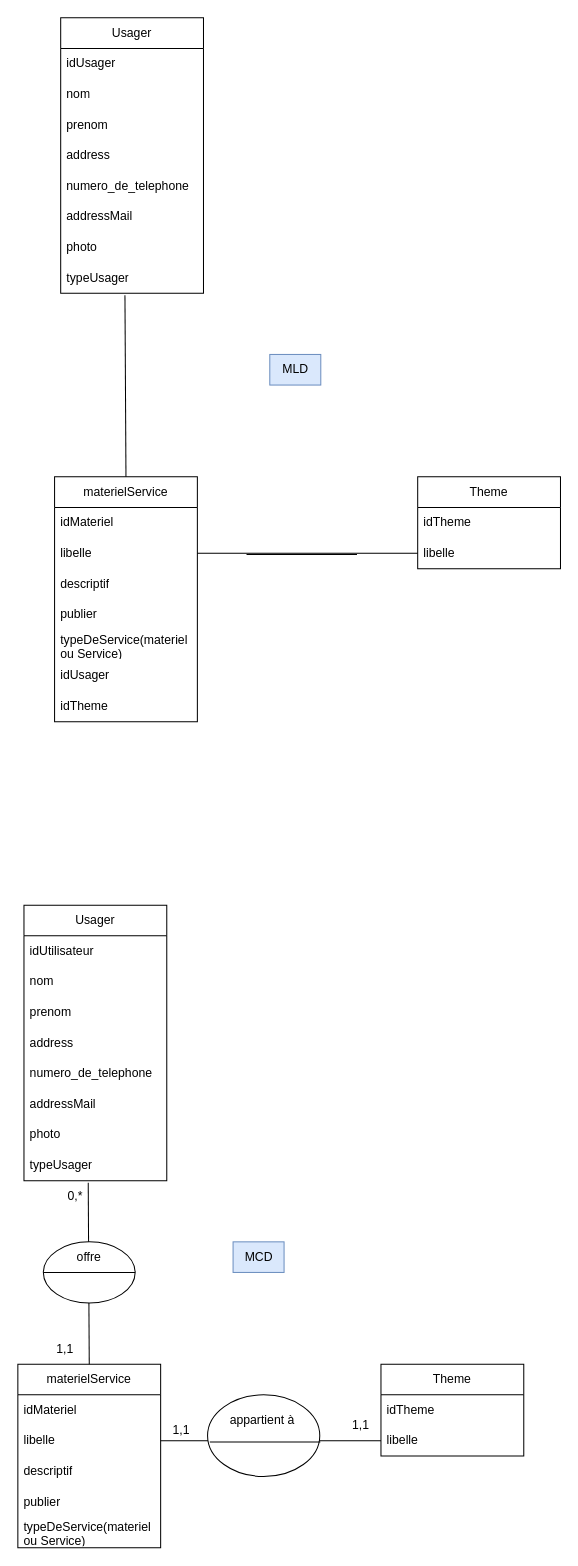
This is Diagramme sans nom.drawio from McleanServices/TROK-AN-NOU-FLUTTER, a draw.io file, before an edit. Source tidied: cells renumbered, new cells numbered last; positions are measured from the earlier drawing's top-left corner, leaving out a move shared by most shapes. Both pictures are drawn from the tidied source at 102%, with x=0, y=0 at pixel (17, 17).
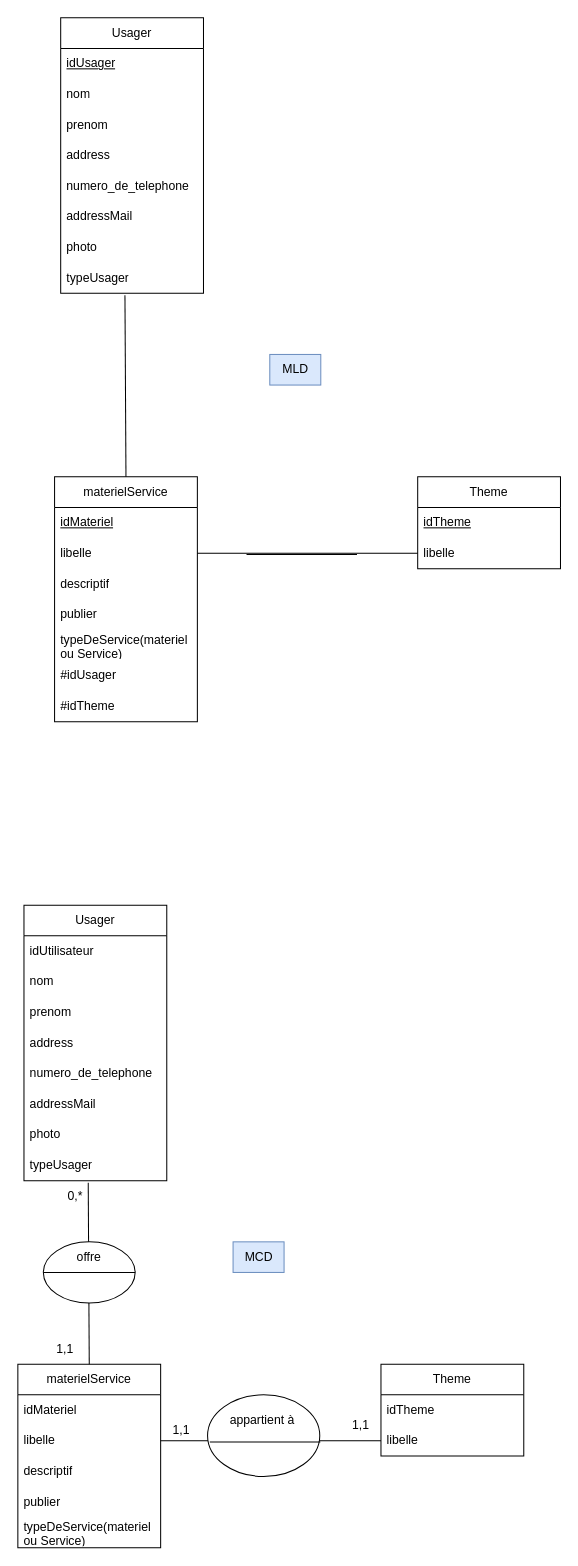
After the change.

Unchanged cells that the change refers to:
```xml
<mxCell id="33" value="Usager" style="swimlane;fontStyle=0;horizontal=1;startSize=30;whiteSpace=wrap;html=1;" parent="1" vertex="1">
  <mxGeometry x="42" width="140" height="270" as="geometry" />
</mxCell>
<mxCell id="42" value="Theme" style="swimlane;fontStyle=0;horizontal=1;startSize=30;whiteSpace=wrap;html=1;" parent="1" vertex="1">
  <mxGeometry x="392" y="450" width="140" height="90" as="geometry" />
</mxCell>
<mxCell id="45" value="materielService" style="swimlane;fontStyle=0;horizontal=1;startSize=30;whiteSpace=wrap;html=1;" parent="1" vertex="1">
  <mxGeometry x="36" y="450" width="140" height="240" as="geometry" />
</mxCell>
```

Change to the diagram source:
```diff
@@
-    <mxCell id="34" value="idUsager" style="text;strokeColor=none;fillColor=none;align=left;verticalAlign=middle;spacingLeft=4;spacingRight=4;overflow=hidden;whiteSpace=wrap;html=1;" parent="33" vertex="1">
+    <mxCell id="34" value="&lt;u&gt;idUsager&lt;/u&gt;" style="text;strokeColor=none;fillColor=none;align=left;verticalAlign=middle;spacingLeft=4;spacingRight=4;overflow=hidden;whiteSpace=wrap;html=1;" parent="33" vertex="1">
       <mxGeometry y="30" width="140" height="30" as="geometry" />
     </mxCell>
@@
-    <mxCell id="43" value="idTheme" style="text;strokeColor=none;fillColor=none;align=left;verticalAlign=middle;spacingLeft=4;spacingRight=4;overflow=hidden;whiteSpace=wrap;html=1;" parent="42" vertex="1">
+    <mxCell id="43" value="&lt;u&gt;idTheme&lt;/u&gt;" style="text;strokeColor=none;fillColor=none;align=left;verticalAlign=middle;spacingLeft=4;spacingRight=4;overflow=hidden;whiteSpace=wrap;html=1;" parent="42" vertex="1">
       <mxGeometry y="30" width="140" height="30" as="geometry" />
     </mxCell>
@@
-    <mxCell id="46" value="idMateriel" style="text;strokeColor=none;fillColor=none;align=left;verticalAlign=middle;spacingLeft=4;spacingRight=4;overflow=hidden;whiteSpace=wrap;html=1;" parent="45" vertex="1">
+    <mxCell id="46" value="&lt;u&gt;idMateriel&lt;/u&gt;" style="text;strokeColor=none;fillColor=none;align=left;verticalAlign=middle;spacingLeft=4;spacingRight=4;overflow=hidden;whiteSpace=wrap;html=1;" parent="45" vertex="1">
       <mxGeometry y="30" width="140" height="30" as="geometry" />
     </mxCell>
@@
-    <mxCell id="51" value="idUsager" style="text;strokeColor=none;fillColor=none;align=left;verticalAlign=middle;spacingLeft=4;spacingRight=4;overflow=hidden;whiteSpace=wrap;html=1;" parent="45" vertex="1">
+    <mxCell id="51" value="#idUsager" style="text;strokeColor=none;fillColor=none;align=left;verticalAlign=middle;spacingLeft=4;spacingRight=4;overflow=hidden;whiteSpace=wrap;html=1;" parent="45" vertex="1">
       <mxGeometry y="180" width="140" height="30" as="geometry" />
     </mxCell>
-    <mxCell id="52" value="idTheme" style="text;strokeColor=none;fillColor=none;align=left;verticalAlign=middle;spacingLeft=4;spacingRight=4;overflow=hidden;whiteSpace=wrap;html=1;" parent="45" vertex="1">
+    <mxCell id="52" value="#idTheme" style="text;strokeColor=none;fillColor=none;align=left;verticalAlign=middle;spacingLeft=4;spacingRight=4;overflow=hidden;whiteSpace=wrap;html=1;" parent="45" vertex="1">
       <mxGeometry y="210" width="140" height="30" as="geometry" />
     </mxCell>
```
